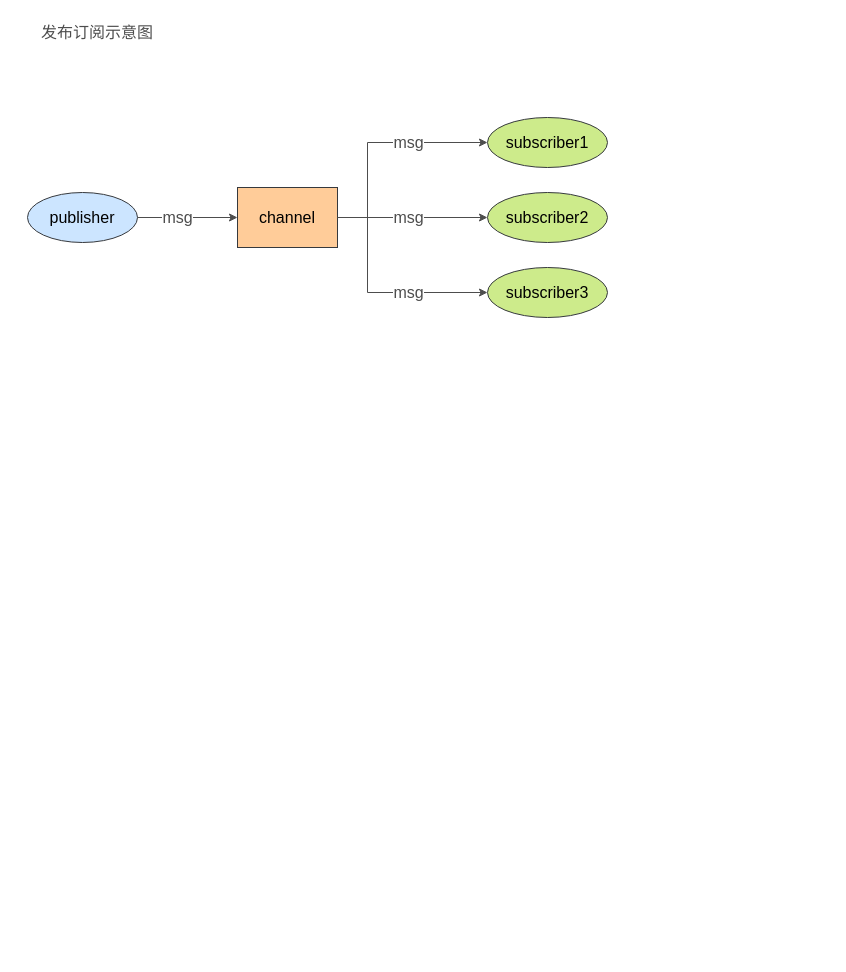
Above: page "Redis发布订阅" (6 of 6) of Redis/Redis.drawio in zhangyuying-cn/images (draw.io), before the change. Source tidied: cells renumbered, new cells numbered last; positions are measured from the earlier drawing's top-left corner, leaving out a move shared by most shapes. Both pictures are drawn from the tidied source at 100%, with x=0, y=0 at pixel (27, 17).
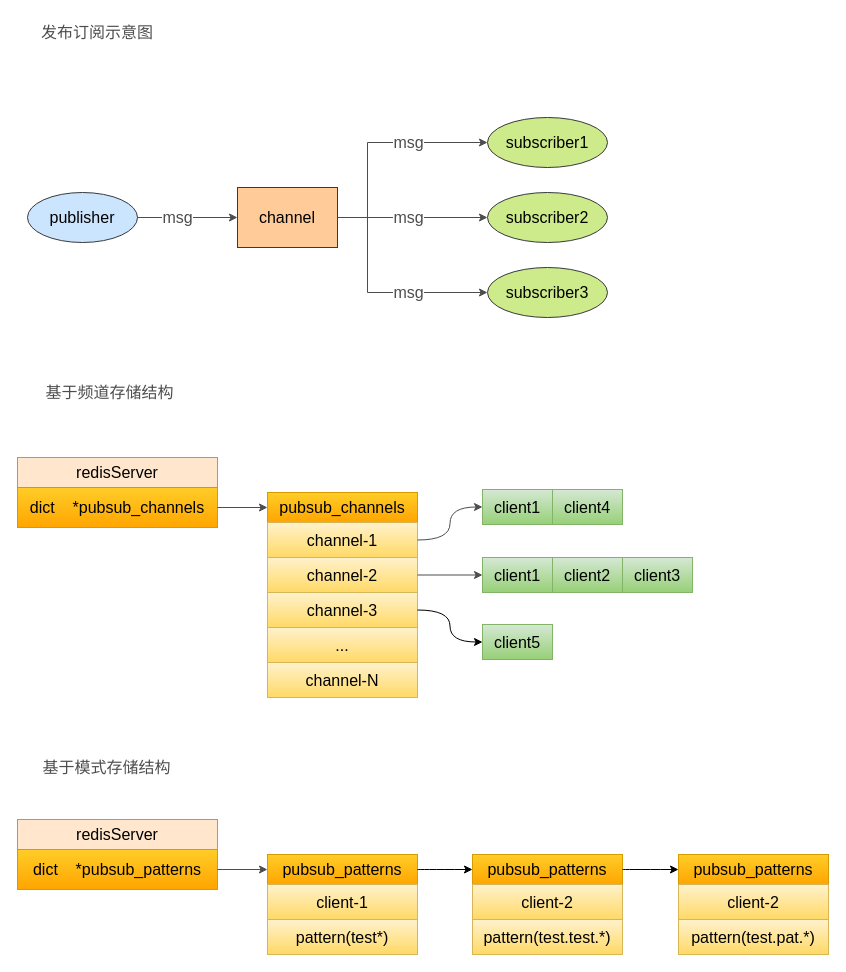
Above is the later version.

Diff of the diagram source:
```diff
@@
+    <mxCell id="12" value="基于频道存储结构" style="text;html=1;strokeColor=none;fillColor=none;align=center;verticalAlign=middle;whiteSpace=wrap;rounded=0;fontSize=16;fontColor=#4D4D4D;" parent="1" vertex="1">
+      <mxGeometry x="10" y="360" width="145" height="30" as="geometry" />
+    </mxCell>
+    <mxCell id="13" value="redisServer" style="rounded=0;whiteSpace=wrap;html=1;fontSize=16;strokeColor=#d79b00;fillColor=#ffe6cc;" parent="1" vertex="1">
+      <mxGeometry x="-10" y="440" width="200" height="30" as="geometry" />
+    </mxCell>
+    <mxCell id="14" value="dict&amp;nbsp; &amp;nbsp; *pubsub_channels" style="rounded=0;whiteSpace=wrap;html=1;fontSize=16;strokeColor=#d79b00;fillColor=#ffcd28;gradientColor=#ffa500;" parent="1" vertex="1">
+      <mxGeometry x="-10" y="470" width="200" height="40" as="geometry" />
+    </mxCell>
+    <mxCell id="15" value="pubsub_channels" style="rounded=0;whiteSpace=wrap;html=1;fontSize=16;strokeColor=#d79b00;fillColor=#ffcd28;gradientColor=#ffa500;" parent="1" vertex="1">
+      <mxGeometry x="240" y="475" width="150" height="30" as="geometry" />
+    </mxCell>
+    <mxCell id="16" value="channel-1" style="rounded=0;whiteSpace=wrap;html=1;fontSize=16;strokeColor=#d6b656;fillColor=#fff2cc;gradientColor=#ffd966;" parent="1" vertex="1">
+      <mxGeometry x="240" y="505" width="150" height="35" as="geometry" />
+    </mxCell>
+    <mxCell id="17" value="channel-2" style="rounded=0;whiteSpace=wrap;html=1;fontSize=16;strokeColor=#d6b656;fillColor=#fff2cc;gradientColor=#ffd966;" parent="1" vertex="1">
+      <mxGeometry x="240" y="540" width="150" height="35" as="geometry" />
+    </mxCell>
+    <mxCell id="18" value="channel-3" style="rounded=0;whiteSpace=wrap;html=1;fontSize=16;strokeColor=#d6b656;fillColor=#fff2cc;gradientColor=#ffd966;" parent="1" vertex="1">
+      <mxGeometry x="240" y="575" width="150" height="35" as="geometry" />
+    </mxCell>
+    <mxCell id="19" style="endArrow=classic;html=1;rounded=0;fontSize=16;fontColor=#4D4D4D;strokeColor=#4D4D4D;exitX=1;exitY=0.5;exitDx=0;exitDy=0;entryX=0;entryY=0.5;entryDx=0;entryDy=0;" parent="1" edge="1" source="14" target="15">
+      <mxGeometry relative="1" as="geometry" />
+    </mxCell>
+    <mxCell id="20" value="client1" style="rounded=0;whiteSpace=wrap;html=1;fontSize=16;strokeColor=#82b366;fillColor=#d5e8d4;gradientColor=#97d077;" parent="1" vertex="1">
+      <mxGeometry x="455" y="540" width="70" height="35" as="geometry" />
+    </mxCell>
+    <mxCell id="21" value="client2" style="rounded=0;whiteSpace=wrap;html=1;fontSize=16;strokeColor=#82b366;fillColor=#d5e8d4;gradientColor=#97d077;" parent="1" vertex="1">
+      <mxGeometry x="525" y="540" width="70" height="35" as="geometry" />
+    </mxCell>
+    <mxCell id="22" value="client3" style="rounded=0;whiteSpace=wrap;html=1;fontSize=16;strokeColor=#82b366;fillColor=#d5e8d4;gradientColor=#97d077;" parent="1" vertex="1">
+      <mxGeometry x="595" y="540" width="70" height="35" as="geometry" />
+    </mxCell>
+    <mxCell id="23" value="client1" style="rounded=0;whiteSpace=wrap;html=1;fontSize=16;strokeColor=#82b366;fillColor=#d5e8d4;gradientColor=#97d077;" parent="1" vertex="1">
+      <mxGeometry x="455" y="472" width="70" height="35" as="geometry" />
+    </mxCell>
+    <mxCell id="24" value="client5" style="rounded=0;whiteSpace=wrap;html=1;fontSize=16;strokeColor=#82b366;fillColor=#d5e8d4;gradientColor=#97d077;" parent="1" vertex="1">
+      <mxGeometry x="455" y="607" width="70" height="35" as="geometry" />
+    </mxCell>
+    <mxCell id="25" style="endArrow=classic;html=1;rounded=0;fontSize=16;fontColor=#4D4D4D;strokeColor=#4D4D4D;exitX=1;exitY=0.5;exitDx=0;exitDy=0;" parent="1" edge="1" source="17" target="20">
+      <mxGeometry relative="1" as="geometry" />
+    </mxCell>
+    <mxCell id="26" style="endArrow=classic;html=1;rounded=0;fontSize=16;fontColor=#4D4D4D;strokeColor=#4D4D4D;exitX=1;exitY=0.5;exitDx=0;exitDy=0;entryX=0;entryY=0.5;entryDx=0;entryDy=0;edgeStyle=orthogonalEdgeStyle;elbow=vertical;curved=1;" parent="1" edge="1" source="16" target="23">
+      <mxGeometry relative="1" as="geometry" />
+    </mxCell>
+    <mxCell id="27" value="client4" style="rounded=0;whiteSpace=wrap;html=1;fontSize=16;strokeColor=#82b366;fillColor=#d5e8d4;gradientColor=#97d077;" parent="1" vertex="1">
+      <mxGeometry x="525" y="472" width="70" height="35" as="geometry" />
+    </mxCell>
+    <mxCell id="28" style="endArrow=classic;html=1;rounded=0;exitX=1;exitY=0.5;exitDx=0;exitDy=0;entryX=0;entryY=0.5;entryDx=0;entryDy=0;edgeStyle=orthogonalEdgeStyle;elbow=vertical;curved=1;" parent="1" edge="1" source="18" target="24">
+      <mxGeometry relative="1" as="geometry" />
+    </mxCell>
+    <mxCell id="29" value="redisServer" style="rounded=0;whiteSpace=wrap;html=1;fontSize=16;strokeColor=#d79b00;fillColor=#ffe6cc;" parent="1" vertex="1">
+      <mxGeometry x="-10" y="802" width="200" height="30" as="geometry" />
+    </mxCell>
+    <mxCell id="30" value="dict&amp;nbsp; &amp;nbsp; *pubsub_patterns" style="rounded=0;whiteSpace=wrap;html=1;fontSize=16;strokeColor=#d79b00;fillColor=#ffcd28;gradientColor=#ffa500;" parent="1" vertex="1">
+      <mxGeometry x="-10" y="832" width="200" height="40" as="geometry" />
+    </mxCell>
+    <mxCell id="31" value="pubsub_patterns" style="rounded=0;whiteSpace=wrap;html=1;fontSize=16;strokeColor=#d79b00;fillColor=#ffcd28;gradientColor=#ffa500;" parent="1" vertex="1">
+      <mxGeometry x="240" y="837" width="150" height="30" as="geometry" />
+    </mxCell>
+    <mxCell id="32" value="client-1" style="rounded=0;whiteSpace=wrap;html=1;fontSize=16;strokeColor=#d6b656;fillColor=#fff2cc;gradientColor=#ffd966;" parent="1" vertex="1">
+      <mxGeometry x="240" y="867" width="150" height="35" as="geometry" />
+    </mxCell>
+    <mxCell id="33" value="pattern(test*)" style="rounded=0;whiteSpace=wrap;html=1;fontSize=16;strokeColor=#d6b656;fillColor=#fff2cc;gradientColor=#ffd966;" parent="1" vertex="1">
+      <mxGeometry x="240" y="902" width="150" height="35" as="geometry" />
+    </mxCell>
+    <mxCell id="34" style="endArrow=classic;html=1;rounded=0;fontSize=16;fontColor=#4D4D4D;strokeColor=#4D4D4D;exitX=1;exitY=0.5;exitDx=0;exitDy=0;entryX=0;entryY=0.5;entryDx=0;entryDy=0;" parent="1" edge="1" source="30" target="31">
+      <mxGeometry relative="1" as="geometry" />
+    </mxCell>
+    <mxCell id="35" value="基于模式存储结构" style="text;html=1;strokeColor=none;fillColor=none;align=center;verticalAlign=middle;whiteSpace=wrap;rounded=0;fontSize=16;fontColor=#4D4D4D;" parent="1" vertex="1">
+      <mxGeometry x="10" y="735" width="139" height="30" as="geometry" />
+    </mxCell>
+    <mxCell id="36" value="..." style="rounded=0;whiteSpace=wrap;html=1;fontSize=16;strokeColor=#d6b656;fillColor=#fff2cc;gradientColor=#ffd966;" parent="1" vertex="1">
+      <mxGeometry x="240" y="610" width="150" height="35" as="geometry" />
+    </mxCell>
+    <mxCell id="37" value="channel-N" style="rounded=0;whiteSpace=wrap;html=1;fontSize=16;strokeColor=#d6b656;fillColor=#fff2cc;gradientColor=#ffd966;" parent="1" vertex="1">
+      <mxGeometry x="240" y="645" width="150" height="35" as="geometry" />
+    </mxCell>
+    <mxCell id="38" value="pubsub_patterns" style="rounded=0;whiteSpace=wrap;html=1;fontSize=16;strokeColor=#d79b00;fillColor=#ffcd28;gradientColor=#ffa500;" parent="1" vertex="1">
+      <mxGeometry x="445" y="837" width="150" height="30" as="geometry" />
+    </mxCell>
+    <mxCell id="39" value="client-2" style="rounded=0;whiteSpace=wrap;html=1;fontSize=16;strokeColor=#d6b656;fillColor=#fff2cc;gradientColor=#ffd966;" parent="1" vertex="1">
+      <mxGeometry x="445" y="867" width="150" height="35" as="geometry" />
+    </mxCell>
+    <mxCell id="40" value="pattern(test.test.*)" style="rounded=0;whiteSpace=wrap;html=1;fontSize=16;strokeColor=#d6b656;fillColor=#fff2cc;gradientColor=#ffd966;" parent="1" vertex="1">
+      <mxGeometry x="445" y="902" width="150" height="35" as="geometry" />
+    </mxCell>
+    <mxCell id="41" style="endArrow=classic;html=1;rounded=0;curved=1;elbow=vertical;exitX=1;exitY=0.5;exitDx=0;exitDy=0;" parent="1" edge="1" source="31" target="38">
+      <mxGeometry relative="1" as="geometry" />
+    </mxCell>
+    <mxCell id="42" value="pubsub_patterns" style="rounded=0;whiteSpace=wrap;html=1;fontSize=16;strokeColor=#d79b00;fillColor=#ffcd28;gradientColor=#ffa500;" parent="1" vertex="1">
+      <mxGeometry x="651" y="837" width="150" height="30" as="geometry" />
+    </mxCell>
+    <mxCell id="43" value="client-2" style="rounded=0;whiteSpace=wrap;html=1;fontSize=16;strokeColor=#d6b656;fillColor=#fff2cc;gradientColor=#ffd966;" parent="1" vertex="1">
+      <mxGeometry x="651" y="867" width="150" height="35" as="geometry" />
+    </mxCell>
+    <mxCell id="44" value="pattern(test.pat.*)" style="rounded=0;whiteSpace=wrap;html=1;fontSize=16;strokeColor=#d6b656;fillColor=#fff2cc;gradientColor=#ffd966;" parent="1" vertex="1">
+      <mxGeometry x="651" y="902" width="150" height="35" as="geometry" />
+    </mxCell>
+    <mxCell id="45" style="endArrow=classic;html=1;rounded=0;curved=1;elbow=vertical;exitX=1;exitY=0.5;exitDx=0;exitDy=0;" parent="1" edge="1" source="38" target="42">
+      <mxGeometry relative="1" as="geometry" />
+    </mxCell>
```
